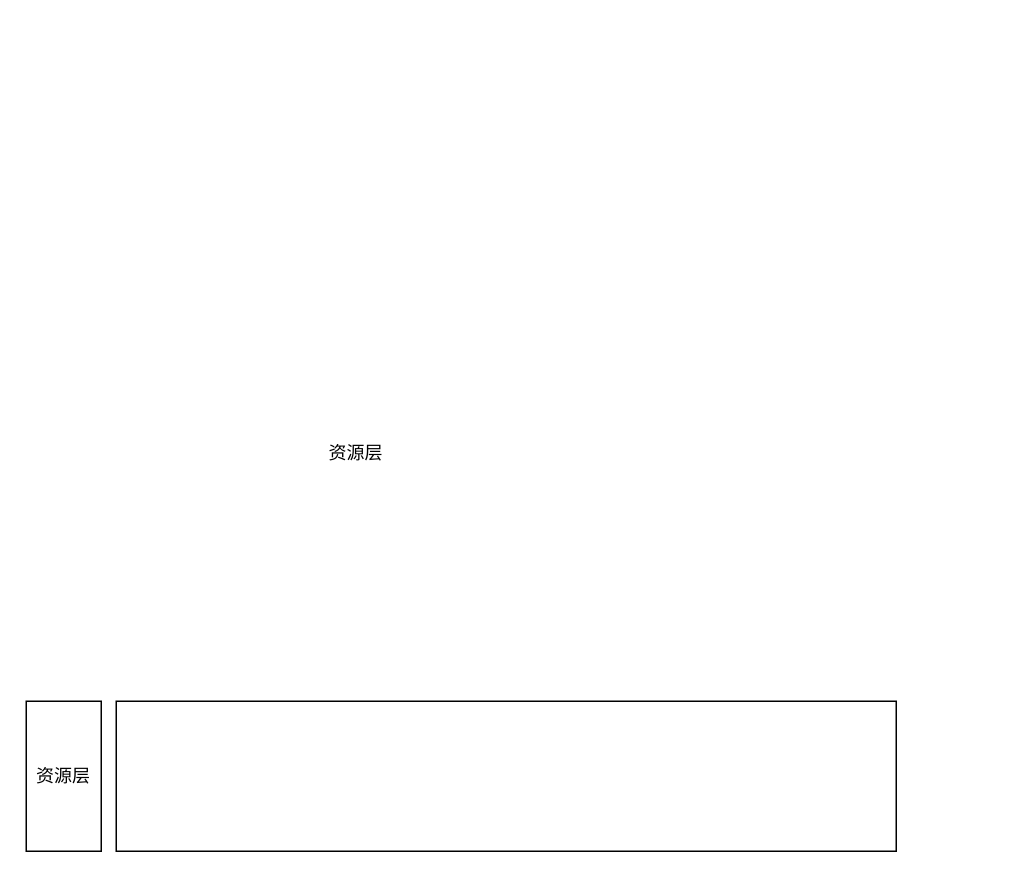
Above: 运维平台架构图.drawio in katechun/draw.io (draw.io), before the change. Source tidied: cells renumbered, new cells numbered last; positions are measured from the earlier drawing's top-left corner, leaving out a move shared by most shapes. Both pictures are drawn from the tidied source at 150%, with x=0, y=0 at pixel (26, 430).
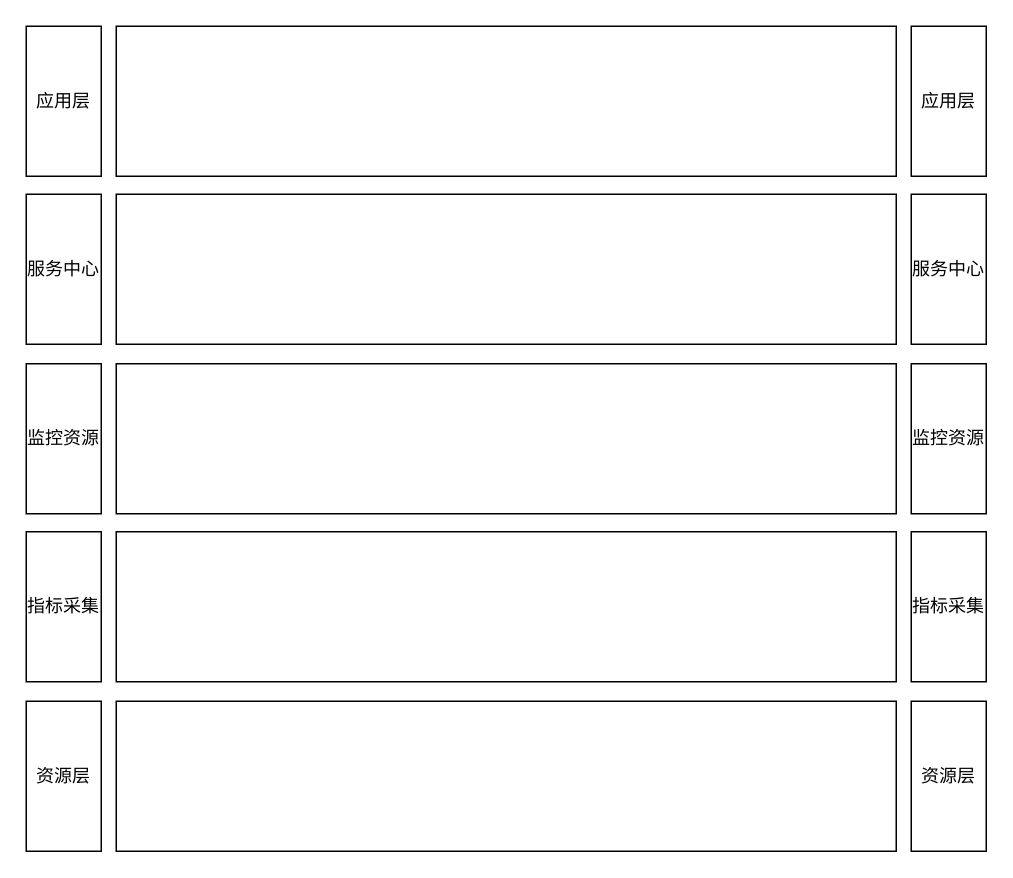
The same diagram, later.

Commit message:
Update 运维平台架构图.drawio

What changed in the source:
```diff
@@
 <mxGraphModel>
   <root>
     <mxCell id="0" />
     <mxCell id="1" parent="0" />
-    <mxCell id="2" style="rounded=0;whiteSpace=wrap;html=1;" parent="1" vertex="1">
+    <mxCell id="2" style="rounded=0;whiteSpace=wrap;html=1;sketch=0;shadow=0;glass=0;" parent="1" vertex="1">
       <mxGeometry x="60" y="180" width="520" height="100" as="geometry" />
     </mxCell>
     <mxCell id="3" value="资源层" style="rounded=0;whiteSpace=wrap;html=1;" parent="1" vertex="1">
       <mxGeometry y="180" width="50" height="100" as="geometry" />
     </mxCell>
-    <mxCell id="4" value="资源层" style="text;html=1;strokeColor=none;fillColor=none;align=center;verticalAlign=middle;whiteSpace=wrap;rounded=0;" parent="1" vertex="1">
-      <mxGeometry x="190" width="60" height="30" as="geometry" />
+    <mxCell id="4" value="资源层" style="rounded=0;whiteSpace=wrap;html=1;" parent="1" vertex="1">
+      <mxGeometry x="590" y="180" width="50" height="100" as="geometry" />
     </mxCell>
+    <mxCell id="5" style="rounded=0;whiteSpace=wrap;html=1;" parent="1" vertex="1">
+      <mxGeometry x="60" y="67" width="520" height="100" as="geometry" />
+    </mxCell>
+    <mxCell id="6" value="指标采集" style="rounded=0;whiteSpace=wrap;html=1;" parent="1" vertex="1">
+      <mxGeometry y="67" width="50" height="100" as="geometry" />
+    </mxCell>
+    <mxCell id="7" value="指标采集" style="rounded=0;whiteSpace=wrap;html=1;" parent="1" vertex="1">
+      <mxGeometry x="590" y="67" width="50" height="100" as="geometry" />
+    </mxCell>
+    <mxCell id="8" style="rounded=0;whiteSpace=wrap;html=1;" parent="1" vertex="1">
+      <mxGeometry x="60" y="-45" width="520" height="100" as="geometry" />
+    </mxCell>
+    <mxCell id="9" value="监控资源" style="rounded=0;whiteSpace=wrap;html=1;" parent="1" vertex="1">
+      <mxGeometry y="-45" width="50" height="100" as="geometry" />
+    </mxCell>
+    <mxCell id="10" value="监控资源" style="rounded=0;whiteSpace=wrap;html=1;" parent="1" vertex="1">
+      <mxGeometry x="590" y="-45" width="50" height="100" as="geometry" />
+    </mxCell>
+    <mxCell id="11" style="rounded=0;whiteSpace=wrap;html=1;" parent="1" vertex="1">
+      <mxGeometry x="60" y="-158" width="520" height="100" as="geometry" />
+    </mxCell>
+    <mxCell id="12" value="服务中心" style="rounded=0;whiteSpace=wrap;html=1;" parent="1" vertex="1">
+      <mxGeometry y="-158" width="50" height="100" as="geometry" />
+    </mxCell>
+    <mxCell id="13" value="服务中心" style="rounded=0;whiteSpace=wrap;html=1;" parent="1" vertex="1">
+      <mxGeometry x="590" y="-158" width="50" height="100" as="geometry" />
+    </mxCell>
+    <mxCell id="14" style="rounded=0;whiteSpace=wrap;html=1;" parent="1" vertex="1">
+      <mxGeometry x="60" y="-270" width="520" height="100" as="geometry" />
+    </mxCell>
+    <mxCell id="15" value="应用层" style="rounded=0;whiteSpace=wrap;html=1;" parent="1" vertex="1">
+      <mxGeometry y="-270" width="50" height="100" as="geometry" />
+    </mxCell>
+    <mxCell id="16" value="应用层" style="rounded=0;whiteSpace=wrap;html=1;" parent="1" vertex="1">
+      <mxGeometry x="590" y="-270" width="50" height="100" as="geometry" />
+    </mxCell>
   </root>
 </mxGraphModel>
```
